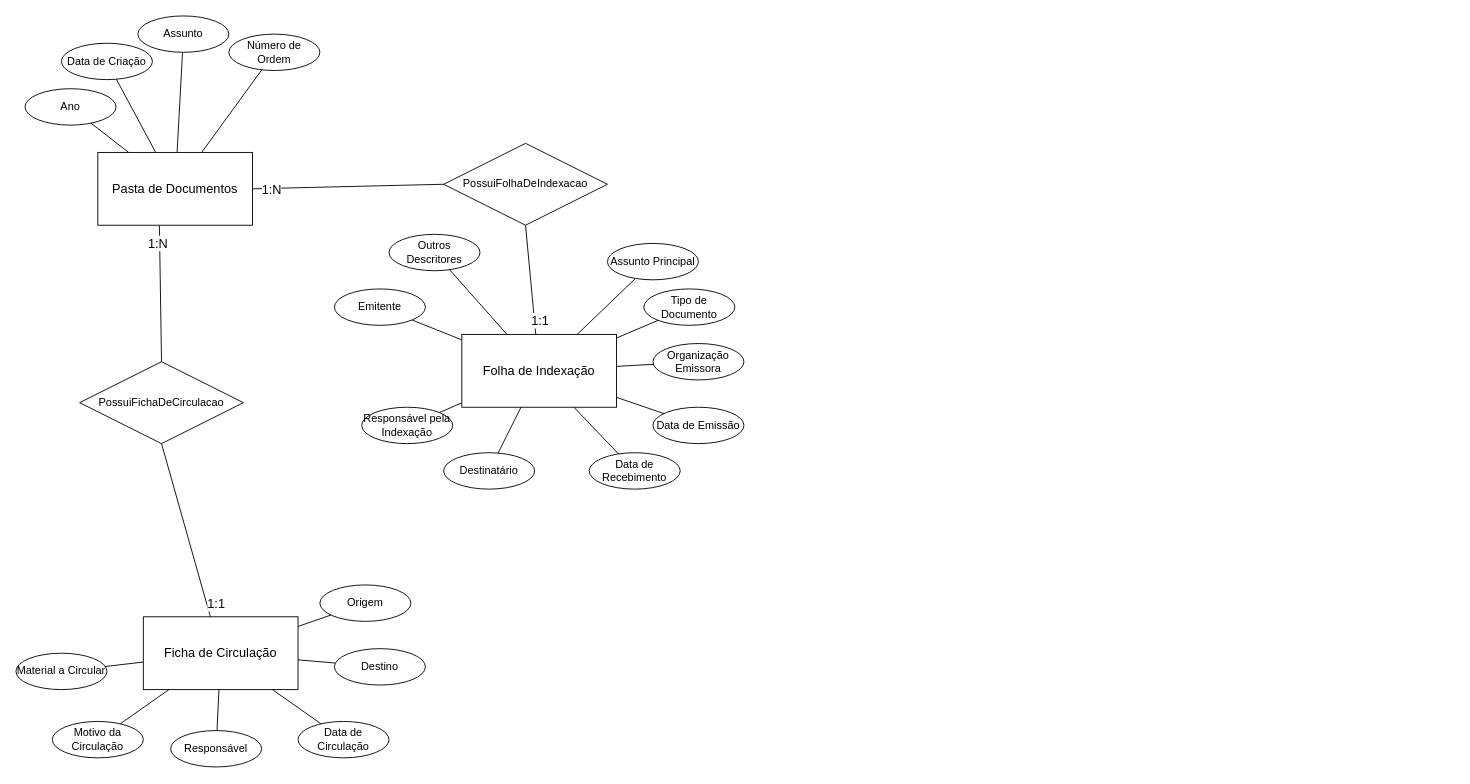
divinor07/avasolos keeps this draw.io diagram as Diagrama sem nome.drawio. Above is the earlier version. Source tidied: cells renumbered, new cells numbered last; positions are measured from the earlier drawing's top-left corner, leaving out a move shared by most shapes. Both pictures are drawn from the tidied source at 91%, with x=0, y=0 at pixel (15, 15).
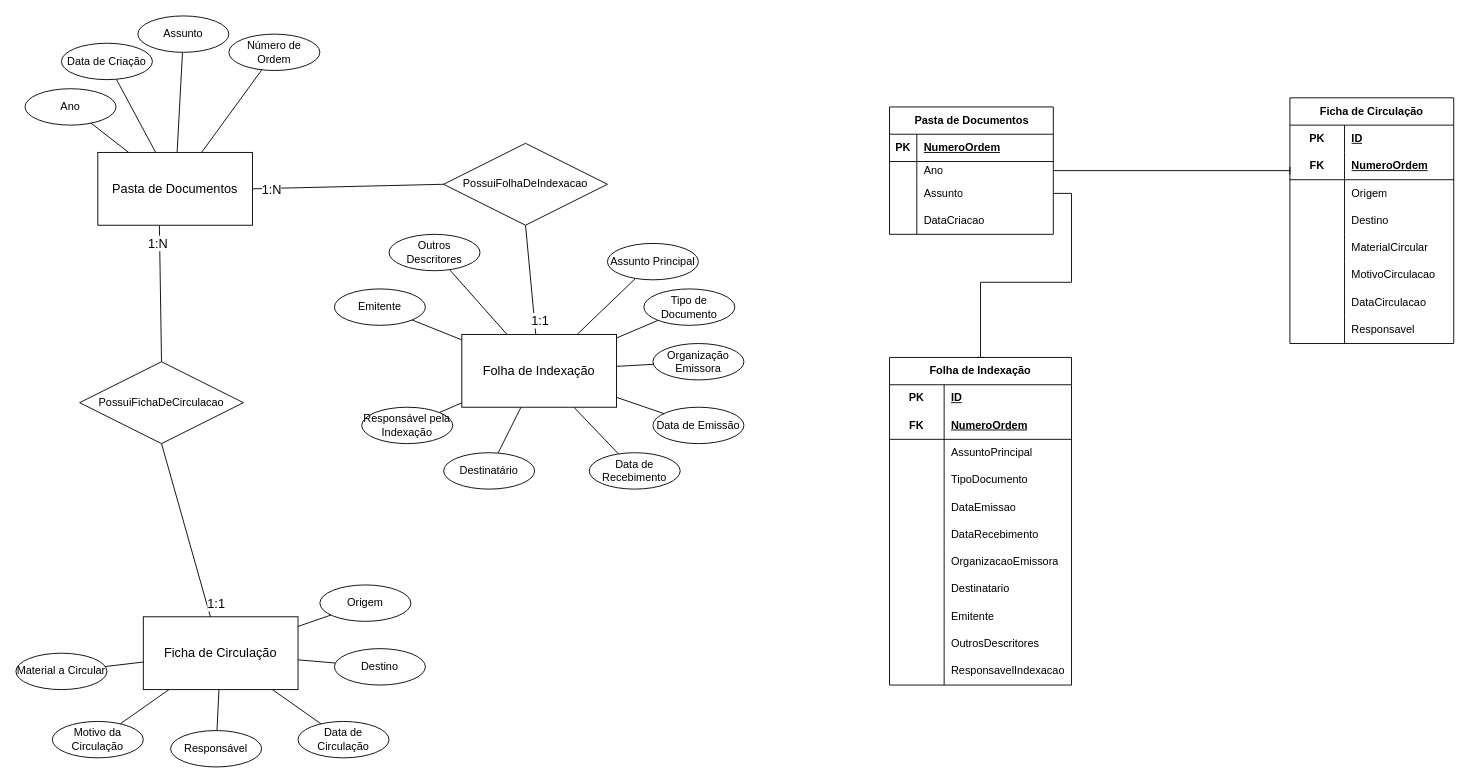
Above is the later version.

Diff of the diagram source:
```diff
@@
+    <mxCell id="54" style="rounded=0;jettySize=auto;html=1;endArrow=baseDash;endFill=0;" parent="1" edge="1" source="55">
+      <mxGeometry relative="1" as="geometry">
+        <mxPoint x="1400" y="170" as="targetPoint" />
+      </mxGeometry>
+    </mxCell>
+    <mxCell id="55" value="Pasta de Documentos" style="shape=table;startSize=30;childLayout=tableLayout;rowLines=0;fontStyle=1;align=center;html=1;" parent="1" vertex="1">
+      <mxGeometry x="960" y="100" width="180" height="140" as="geometry" />
+    </mxCell>
+    <mxCell id="56" style="shape=tableRow;horizontal=0;startSize=0;swimlaneHead=0;swimlaneBody=0;fillColor=none;top=0;left=0;right=0;bottom=1;" parent="55" vertex="1">
+      <mxGeometry y="30" width="180" height="30" as="geometry" />
+    </mxCell>
+    <mxCell id="57" value="PK" style="shape=partialRectangle;fillColor=none;top=0;left=0;bottom=0;right=0;fontStyle=1;overflow=hidden;whiteSpace=wrap;html=1;" parent="56" vertex="1">
+      <mxGeometry width="30" height="30" as="geometry" />
+    </mxCell>
+    <mxCell id="58" value="NumeroOrdem" style="shape=partialRectangle;fillColor=none;top=0;left=0;bottom=0;right=0;align=left;spacingLeft=6;fontStyle=5;overflow=hidden;whiteSpace=wrap;html=1;" parent="56" vertex="1">
+      <mxGeometry x="30" width="150" height="30" as="geometry" />
+    </mxCell>
+    <mxCell id="59" style="shape=tableRow;horizontal=0;startSize=0;swimlaneHead=0;swimlaneBody=0;fillColor=none;top=0;left=0;right=0;bottom=0;" parent="55" vertex="1">
+      <mxGeometry y="60" width="180" height="20" as="geometry" />
+    </mxCell>
+    <mxCell id="60" style="shape=partialRectangle;fillColor=none;top=0;left=0;bottom=0;right=0;overflow=hidden;whiteSpace=wrap;html=1;" parent="59" vertex="1">
+      <mxGeometry width="30" height="20" as="geometry" />
+    </mxCell>
+    <mxCell id="61" value="Ano" style="shape=partialRectangle;fillColor=none;top=0;left=0;bottom=0;right=0;align=left;spacingLeft=6;overflow=hidden;whiteSpace=wrap;html=1;" parent="59" vertex="1">
+      <mxGeometry x="30" width="150" height="20" as="geometry" />
+    </mxCell>
+    <mxCell id="62" style="shape=tableRow;horizontal=0;startSize=0;swimlaneHead=0;swimlaneBody=0;fillColor=none;points=[[0,0.5],[1,0.5]];portConstraint=eastwest;top=0;left=0;right=0;bottom=0;" parent="55" vertex="1">
+      <mxGeometry y="80" width="180" height="30" as="geometry" />
+    </mxCell>
+    <mxCell id="63" style="shape=partialRectangle;fillColor=none;top=0;left=0;bottom=0;right=0;overflow=hidden;whiteSpace=wrap;html=1;" parent="62" vertex="1">
+      <mxGeometry width="30" height="30" as="geometry" />
+    </mxCell>
+    <mxCell id="64" value="Assunto" style="shape=partialRectangle;fillColor=none;top=0;left=0;bottom=0;right=0;align=left;spacingLeft=6;overflow=hidden;whiteSpace=wrap;html=1;" parent="62" vertex="1">
+      <mxGeometry x="30" width="150" height="30" as="geometry" />
+    </mxCell>
+    <mxCell id="65" style="shape=tableRow;horizontal=0;startSize=0;swimlaneHead=0;swimlaneBody=0;fillColor=none;top=0;left=0;right=0;bottom=0;" parent="55" vertex="1">
+      <mxGeometry y="110" width="180" height="30" as="geometry" />
+    </mxCell>
+    <mxCell id="66" style="shape=partialRectangle;fillColor=none;top=0;left=0;bottom=0;right=0;overflow=hidden;whiteSpace=wrap;html=1;" parent="65" vertex="1">
+      <mxGeometry width="30" height="30" as="geometry" />
+    </mxCell>
+    <mxCell id="67" value="DataCriacao" style="shape=partialRectangle;fillColor=none;top=0;left=0;bottom=0;right=0;align=left;spacingLeft=6;overflow=hidden;whiteSpace=wrap;html=1;" parent="65" vertex="1">
+      <mxGeometry x="30" width="150" height="30" as="geometry" />
+    </mxCell>
+    <mxCell id="68" value="Folha de Indexação" style="shape=table;startSize=30;childLayout=tableLayout;rowLines=0;fontStyle=1;align=center;html=1;whiteSpace=wrap;" parent="1" vertex="1">
+      <mxGeometry x="960" y="375.3" width="200" height="360" as="geometry" />
+    </mxCell>
+    <mxCell id="69" style="shape=tableRow;horizontal=0;startSize=0;swimlaneHead=0;swimlaneBody=0;fillColor=none;top=0;left=0;right=0;bottom=0;html=1;" parent="68" vertex="1">
+      <mxGeometry y="30" width="200" height="30" as="geometry" />
+    </mxCell>
+    <mxCell id="70" value="PK" style="shape=partialRectangle;fillColor=none;top=0;left=0;bottom=0;right=0;fontStyle=1;overflow=hidden;html=1;whiteSpace=wrap;" parent="69" vertex="1">
+      <mxGeometry width="60" height="30" as="geometry" />
+    </mxCell>
+    <mxCell id="71" value="ID" style="shape=partialRectangle;fillColor=none;top=0;left=0;bottom=0;right=0;align=left;spacingLeft=6;fontStyle=5;overflow=hidden;html=1;whiteSpace=wrap;" parent="69" vertex="1">
+      <mxGeometry x="60" width="140" height="30" as="geometry" />
+    </mxCell>
+    <mxCell id="72" style="shape=tableRow;horizontal=0;startSize=0;swimlaneHead=0;swimlaneBody=0;fillColor=none;top=0;left=0;right=0;bottom=1;html=1;" parent="68" vertex="1">
+      <mxGeometry y="60" width="200" height="30" as="geometry" />
+    </mxCell>
+    <mxCell id="73" value="FK" style="shape=partialRectangle;fillColor=none;top=0;left=0;bottom=0;right=0;fontStyle=1;overflow=hidden;html=1;whiteSpace=wrap;" parent="72" vertex="1">
+      <mxGeometry width="60" height="30" as="geometry" />
+    </mxCell>
+    <mxCell id="74" value="NumeroOrdem " style="shape=partialRectangle;fillColor=none;top=0;left=0;bottom=0;right=0;align=left;spacingLeft=6;fontStyle=5;overflow=hidden;html=1;whiteSpace=wrap;" parent="72" vertex="1">
+      <mxGeometry x="60" width="140" height="30" as="geometry" />
+    </mxCell>
+    <mxCell id="75" style="shape=tableRow;horizontal=0;startSize=0;swimlaneHead=0;swimlaneBody=0;fillColor=none;top=0;left=0;right=0;bottom=0;html=1;" parent="68" vertex="1">
+      <mxGeometry y="90" width="200" height="30" as="geometry" />
+    </mxCell>
+    <mxCell id="76" style="shape=partialRectangle;fillColor=none;top=0;left=0;bottom=0;right=0;overflow=hidden;html=1;whiteSpace=wrap;" parent="75" vertex="1">
+      <mxGeometry width="60" height="30" as="geometry" />
+    </mxCell>
+    <mxCell id="77" value="AssuntoPrincipal" style="shape=partialRectangle;fillColor=none;top=0;left=0;bottom=0;right=0;align=left;spacingLeft=6;overflow=hidden;html=1;whiteSpace=wrap;" parent="75" vertex="1">
+      <mxGeometry x="60" width="140" height="30" as="geometry" />
+    </mxCell>
+    <mxCell id="78" style="shape=tableRow;horizontal=0;startSize=0;swimlaneHead=0;swimlaneBody=0;fillColor=none;top=0;left=0;right=0;bottom=0;html=1;" parent="68" vertex="1">
+      <mxGeometry y="120" width="200" height="30" as="geometry" />
+    </mxCell>
+    <mxCell id="79" style="shape=partialRectangle;fillColor=none;top=0;left=0;bottom=0;right=0;overflow=hidden;html=1;whiteSpace=wrap;" parent="78" vertex="1">
+      <mxGeometry width="60" height="30" as="geometry" />
+    </mxCell>
+    <mxCell id="80" value="TipoDocumento" style="shape=partialRectangle;fillColor=none;top=0;left=0;bottom=0;right=0;align=left;spacingLeft=6;overflow=hidden;html=1;whiteSpace=wrap;" parent="78" vertex="1">
+      <mxGeometry x="60" width="140" height="30" as="geometry" />
+    </mxCell>
+    <mxCell id="81" style="shape=tableRow;horizontal=0;startSize=0;swimlaneHead=0;swimlaneBody=0;fillColor=none;top=0;left=0;right=0;bottom=0;html=1;" parent="68" vertex="1">
+      <mxGeometry y="150" width="200" height="30" as="geometry" />
+    </mxCell>
+    <mxCell id="82" style="shape=partialRectangle;fillColor=none;top=0;left=0;bottom=0;right=0;overflow=hidden;html=1;whiteSpace=wrap;" parent="81" vertex="1">
+      <mxGeometry width="60" height="30" as="geometry" />
+    </mxCell>
+    <mxCell id="83" value="DataEmissao" style="shape=partialRectangle;fillColor=none;top=0;left=0;bottom=0;right=0;align=left;spacingLeft=6;overflow=hidden;html=1;whiteSpace=wrap;" parent="81" vertex="1">
+      <mxGeometry x="60" width="140" height="30" as="geometry" />
+    </mxCell>
+    <mxCell id="84" style="shape=tableRow;horizontal=0;startSize=0;swimlaneHead=0;swimlaneBody=0;fillColor=none;top=0;left=0;right=0;bottom=0;html=1;" parent="68" vertex="1">
+      <mxGeometry y="180" width="200" height="30" as="geometry" />
+    </mxCell>
+    <mxCell id="85" style="shape=partialRectangle;fillColor=none;top=0;left=0;bottom=0;right=0;overflow=hidden;html=1;whiteSpace=wrap;" parent="84" vertex="1">
+      <mxGeometry width="60" height="30" as="geometry" />
+    </mxCell>
+    <mxCell id="86" value="DataRecebimento" style="shape=partialRectangle;fillColor=none;top=0;left=0;bottom=0;right=0;align=left;spacingLeft=6;overflow=hidden;html=1;whiteSpace=wrap;" parent="84" vertex="1">
+      <mxGeometry x="60" width="140" height="30" as="geometry" />
+    </mxCell>
+    <mxCell id="87" style="shape=tableRow;horizontal=0;startSize=0;swimlaneHead=0;swimlaneBody=0;fillColor=none;top=0;left=0;right=0;bottom=0;html=1;" parent="68" vertex="1">
+      <mxGeometry y="210" width="200" height="30" as="geometry" />
+    </mxCell>
+    <mxCell id="88" style="shape=partialRectangle;fillColor=none;top=0;left=0;bottom=0;right=0;overflow=hidden;html=1;whiteSpace=wrap;" parent="87" vertex="1">
+      <mxGeometry width="60" height="30" as="geometry" />
+    </mxCell>
+    <mxCell id="89" value="OrganizacaoEmissora" style="shape=partialRectangle;fillColor=none;top=0;left=0;bottom=0;right=0;align=left;spacingLeft=6;overflow=hidden;html=1;whiteSpace=wrap;" parent="87" vertex="1">
+      <mxGeometry x="60" width="140" height="30" as="geometry" />
+    </mxCell>
+    <mxCell id="90" style="shape=tableRow;horizontal=0;startSize=0;swimlaneHead=0;swimlaneBody=0;fillColor=none;top=0;left=0;right=0;bottom=0;html=1;" parent="68" vertex="1">
+      <mxGeometry y="240" width="200" height="30" as="geometry" />
+    </mxCell>
+    <mxCell id="91" style="shape=partialRectangle;fillColor=none;top=0;left=0;bottom=0;right=0;overflow=hidden;html=1;whiteSpace=wrap;" parent="90" vertex="1">
+      <mxGeometry width="60" height="30" as="geometry" />
+    </mxCell>
+    <mxCell id="92" value="Destinatario" style="shape=partialRectangle;fillColor=none;top=0;left=0;bottom=0;right=0;align=left;spacingLeft=6;overflow=hidden;html=1;whiteSpace=wrap;" parent="90" vertex="1">
+      <mxGeometry x="60" width="140" height="30" as="geometry" />
+    </mxCell>
+    <mxCell id="93" style="shape=tableRow;horizontal=0;startSize=0;swimlaneHead=0;swimlaneBody=0;fillColor=none;top=0;left=0;right=0;bottom=0;html=1;" parent="68" vertex="1">
+      <mxGeometry y="270" width="200" height="30" as="geometry" />
+    </mxCell>
+    <mxCell id="94" style="shape=partialRectangle;fillColor=none;top=0;left=0;bottom=0;right=0;overflow=hidden;html=1;whiteSpace=wrap;" parent="93" vertex="1">
+      <mxGeometry width="60" height="30" as="geometry" />
+    </mxCell>
+    <mxCell id="95" value="Emitente" style="shape=partialRectangle;fillColor=none;top=0;left=0;bottom=0;right=0;align=left;spacingLeft=6;overflow=hidden;html=1;whiteSpace=wrap;" parent="93" vertex="1">
+      <mxGeometry x="60" width="140" height="30" as="geometry" />
+    </mxCell>
+    <mxCell id="96" style="shape=tableRow;horizontal=0;startSize=0;swimlaneHead=0;swimlaneBody=0;fillColor=none;top=0;left=0;right=0;bottom=0;html=1;" parent="68" vertex="1">
+      <mxGeometry y="300" width="200" height="30" as="geometry" />
+    </mxCell>
+    <mxCell id="97" style="shape=partialRectangle;fillColor=none;top=0;left=0;bottom=0;right=0;overflow=hidden;html=1;whiteSpace=wrap;" parent="96" vertex="1">
+      <mxGeometry width="60" height="30" as="geometry" />
+    </mxCell>
+    <mxCell id="98" value="OutrosDescritores" style="shape=partialRectangle;fillColor=none;top=0;left=0;bottom=0;right=0;align=left;spacingLeft=6;overflow=hidden;html=1;whiteSpace=wrap;" parent="96" vertex="1">
+      <mxGeometry x="60" width="140" height="30" as="geometry" />
+    </mxCell>
+    <mxCell id="99" style="shape=tableRow;horizontal=0;startSize=0;swimlaneHead=0;swimlaneBody=0;fillColor=none;top=0;left=0;right=0;bottom=0;html=1;" parent="68" vertex="1">
+      <mxGeometry y="330" width="200" height="30" as="geometry" />
+    </mxCell>
+    <mxCell id="100" style="shape=partialRectangle;fillColor=none;top=0;left=0;bottom=0;right=0;overflow=hidden;html=1;whiteSpace=wrap;" parent="99" vertex="1">
+      <mxGeometry width="60" height="30" as="geometry" />
+    </mxCell>
+    <mxCell id="101" value="ResponsavelIndexacao" style="shape=partialRectangle;fillColor=none;top=0;left=0;bottom=0;right=0;align=left;spacingLeft=6;overflow=hidden;html=1;whiteSpace=wrap;" parent="99" vertex="1">
+      <mxGeometry x="60" width="140" height="30" as="geometry" />
+    </mxCell>
+    <mxCell id="102" value="Ficha de Circulação" style="shape=table;startSize=30;childLayout=tableLayout;rowLines=0;fontStyle=1;align=center;html=1;whiteSpace=wrap;" parent="1" vertex="1">
+      <mxGeometry x="1400" y="90" width="180" height="270" as="geometry" />
+    </mxCell>
+    <mxCell id="103" style="shape=tableRow;horizontal=0;startSize=0;swimlaneHead=0;swimlaneBody=0;fillColor=none;top=0;left=0;right=0;bottom=0;html=1;" parent="102" vertex="1">
+      <mxGeometry y="30" width="180" height="30" as="geometry" />
+    </mxCell>
+    <mxCell id="104" value="PK" style="shape=partialRectangle;fillColor=none;top=0;left=0;bottom=0;right=0;fontStyle=1;overflow=hidden;html=1;whiteSpace=wrap;" parent="103" vertex="1">
+      <mxGeometry width="60" height="30" as="geometry" />
+    </mxCell>
+    <mxCell id="105" value="ID" style="shape=partialRectangle;fillColor=none;top=0;left=0;bottom=0;right=0;align=left;spacingLeft=6;fontStyle=5;overflow=hidden;html=1;whiteSpace=wrap;" parent="103" vertex="1">
+      <mxGeometry x="60" width="120" height="30" as="geometry" />
+    </mxCell>
+    <mxCell id="106" style="shape=tableRow;horizontal=0;startSize=0;swimlaneHead=0;swimlaneBody=0;fillColor=none;top=0;left=0;right=0;bottom=1;html=1;" parent="102" vertex="1">
+      <mxGeometry y="60" width="180" height="30" as="geometry" />
+    </mxCell>
+    <mxCell id="107" value="FK" style="shape=partialRectangle;fillColor=none;top=0;left=0;bottom=0;right=0;fontStyle=1;overflow=hidden;html=1;whiteSpace=wrap;" parent="106" vertex="1">
+      <mxGeometry width="60" height="30" as="geometry" />
+    </mxCell>
+    <mxCell id="108" value="NumeroOrdem " style="shape=partialRectangle;fillColor=none;top=0;left=0;bottom=0;right=0;align=left;spacingLeft=6;fontStyle=5;overflow=hidden;html=1;whiteSpace=wrap;" parent="106" vertex="1">
+      <mxGeometry x="60" width="120" height="30" as="geometry" />
+    </mxCell>
+    <mxCell id="109" style="shape=tableRow;horizontal=0;startSize=0;swimlaneHead=0;swimlaneBody=0;fillColor=none;top=0;left=0;right=0;bottom=0;html=1;" parent="102" vertex="1">
+      <mxGeometry y="90" width="180" height="30" as="geometry" />
+    </mxCell>
+    <mxCell id="110" style="shape=partialRectangle;fillColor=none;top=0;left=0;bottom=0;right=0;overflow=hidden;html=1;whiteSpace=wrap;" parent="109" vertex="1">
+      <mxGeometry width="60" height="30" as="geometry" />
+    </mxCell>
+    <mxCell id="111" value="Origem" style="shape=partialRectangle;fillColor=none;top=0;left=0;bottom=0;right=0;align=left;spacingLeft=6;overflow=hidden;html=1;whiteSpace=wrap;" parent="109" vertex="1">
+      <mxGeometry x="60" width="120" height="30" as="geometry" />
+    </mxCell>
+    <mxCell id="112" style="shape=tableRow;horizontal=0;startSize=0;swimlaneHead=0;swimlaneBody=0;fillColor=none;top=0;left=0;right=0;bottom=0;html=1;" parent="102" vertex="1">
+      <mxGeometry y="120" width="180" height="30" as="geometry" />
+    </mxCell>
+    <mxCell id="113" style="shape=partialRectangle;fillColor=none;top=0;left=0;bottom=0;right=0;overflow=hidden;html=1;whiteSpace=wrap;" parent="112" vertex="1">
+      <mxGeometry width="60" height="30" as="geometry" />
+    </mxCell>
+    <mxCell id="114" value="Destino" style="shape=partialRectangle;fillColor=none;top=0;left=0;bottom=0;right=0;align=left;spacingLeft=6;overflow=hidden;html=1;whiteSpace=wrap;" parent="112" vertex="1">
+      <mxGeometry x="60" width="120" height="30" as="geometry" />
+    </mxCell>
+    <mxCell id="115" style="shape=tableRow;horizontal=0;startSize=0;swimlaneHead=0;swimlaneBody=0;fillColor=none;top=0;left=0;right=0;bottom=0;html=1;" parent="102" vertex="1">
+      <mxGeometry y="150" width="180" height="30" as="geometry" />
+    </mxCell>
+    <mxCell id="116" style="shape=partialRectangle;fillColor=none;top=0;left=0;bottom=0;right=0;overflow=hidden;html=1;whiteSpace=wrap;" parent="115" vertex="1">
+      <mxGeometry width="60" height="30" as="geometry" />
+    </mxCell>
+    <mxCell id="117" value="MaterialCircular" style="shape=partialRectangle;fillColor=none;top=0;left=0;bottom=0;right=0;align=left;spacingLeft=6;overflow=hidden;html=1;whiteSpace=wrap;" parent="115" vertex="1">
+      <mxGeometry x="60" width="120" height="30" as="geometry" />
+    </mxCell>
+    <mxCell id="118" style="shape=tableRow;horizontal=0;startSize=0;swimlaneHead=0;swimlaneBody=0;fillColor=none;top=0;left=0;right=0;bottom=0;html=1;" parent="102" vertex="1">
+      <mxGeometry y="180" width="180" height="30" as="geometry" />
+    </mxCell>
+    <mxCell id="119" style="shape=partialRectangle;fillColor=none;top=0;left=0;bottom=0;right=0;overflow=hidden;html=1;whiteSpace=wrap;" parent="118" vertex="1">
+      <mxGeometry width="60" height="30" as="geometry" />
+    </mxCell>
+    <mxCell id="120" value="MotivoCirculacao" style="shape=partialRectangle;fillColor=none;top=0;left=0;bottom=0;right=0;align=left;spacingLeft=6;overflow=hidden;html=1;whiteSpace=wrap;" parent="118" vertex="1">
+      <mxGeometry x="60" width="120" height="30" as="geometry" />
+    </mxCell>
+    <mxCell id="121" style="shape=tableRow;horizontal=0;startSize=0;swimlaneHead=0;swimlaneBody=0;fillColor=none;top=0;left=0;right=0;bottom=0;html=1;" parent="102" vertex="1">
+      <mxGeometry y="210" width="180" height="30" as="geometry" />
+    </mxCell>
+    <mxCell id="122" style="shape=partialRectangle;fillColor=none;top=0;left=0;bottom=0;right=0;overflow=hidden;html=1;whiteSpace=wrap;" parent="121" vertex="1">
+      <mxGeometry width="60" height="30" as="geometry" />
+    </mxCell>
+    <mxCell id="123" value="DataCirculacao" style="shape=partialRectangle;fillColor=none;top=0;left=0;bottom=0;right=0;align=left;spacingLeft=6;overflow=hidden;html=1;whiteSpace=wrap;" parent="121" vertex="1">
+      <mxGeometry x="60" width="120" height="30" as="geometry" />
+    </mxCell>
+    <mxCell id="124" style="shape=tableRow;horizontal=0;startSize=0;swimlaneHead=0;swimlaneBody=0;fillColor=none;top=0;left=0;right=0;bottom=0;html=1;" parent="102" vertex="1">
+      <mxGeometry y="240" width="180" height="30" as="geometry" />
+    </mxCell>
+    <mxCell id="125" style="shape=partialRectangle;fillColor=none;top=0;left=0;bottom=0;right=0;overflow=hidden;html=1;whiteSpace=wrap;" parent="124" vertex="1">
+      <mxGeometry width="60" height="30" as="geometry" />
+    </mxCell>
+    <mxCell id="126" value="Responsavel" style="shape=partialRectangle;fillColor=none;top=0;left=0;bottom=0;right=0;align=left;spacingLeft=6;overflow=hidden;html=1;whiteSpace=wrap;" parent="124" vertex="1">
+      <mxGeometry x="60" width="120" height="30" as="geometry" />
+    </mxCell>
+    <mxCell id="127" style="edgeStyle=orthogonalEdgeStyle;rounded=0;jettySize=auto;html=1;endArrow=baseDash;endFill=0;" parent="1" edge="1" source="62" target="68">
+      <mxGeometry relative="1" as="geometry" />
+    </mxCell>
```
